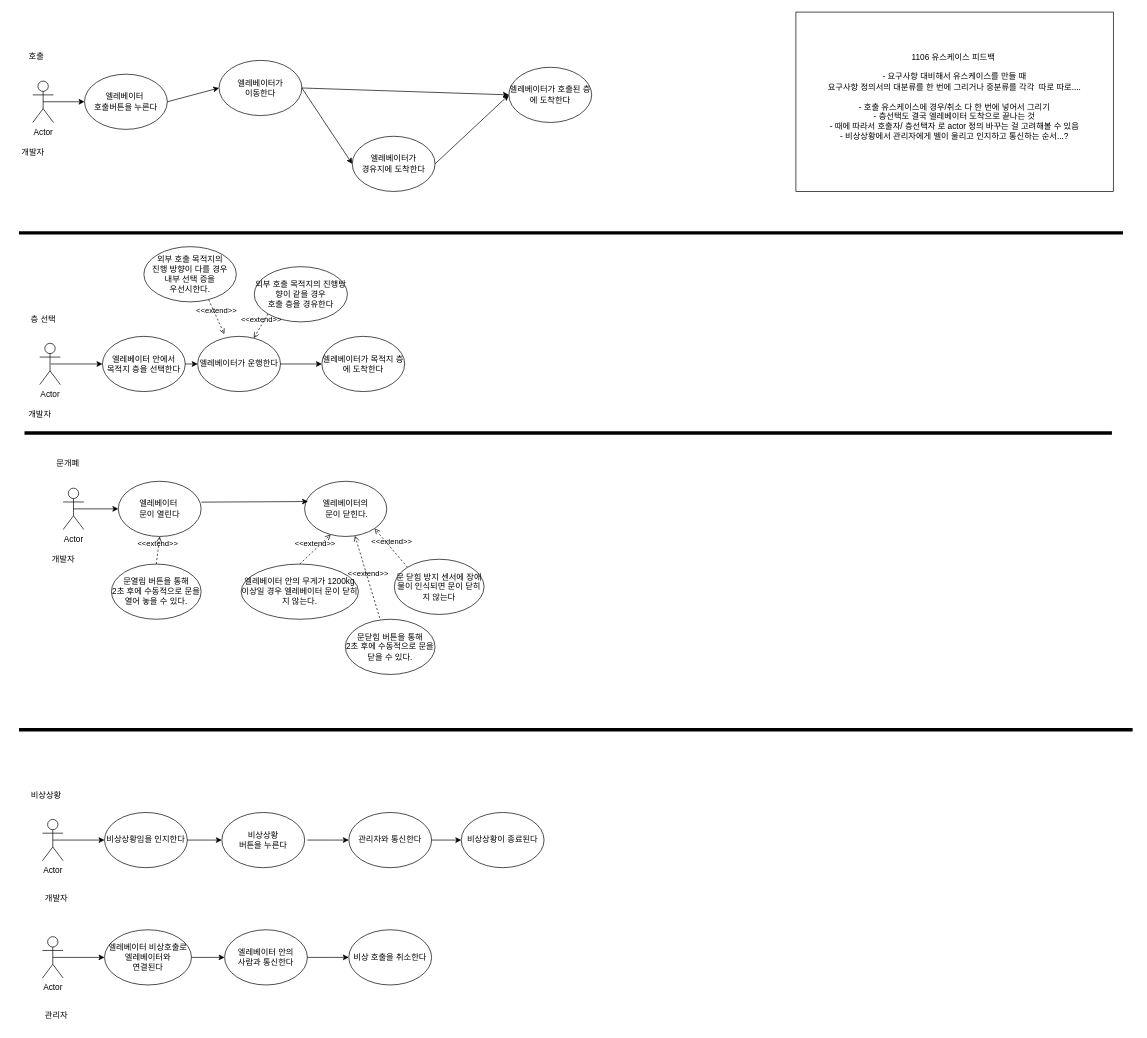
Before: page "페이지-3" (2 of 2) of 엘레베이터 유스케이스 그리기 (1102_2).drawio in doit0/usecase-diagram, a draw.io diagram. Source tidied: cells renumbered, new cells numbered last; positions are measured from the earlier drawing's top-left corner, leaving out a move shared by most shapes. Both pictures are drawn from the tidied source at 69%, with x=0, y=0 at pixel (12, 12).
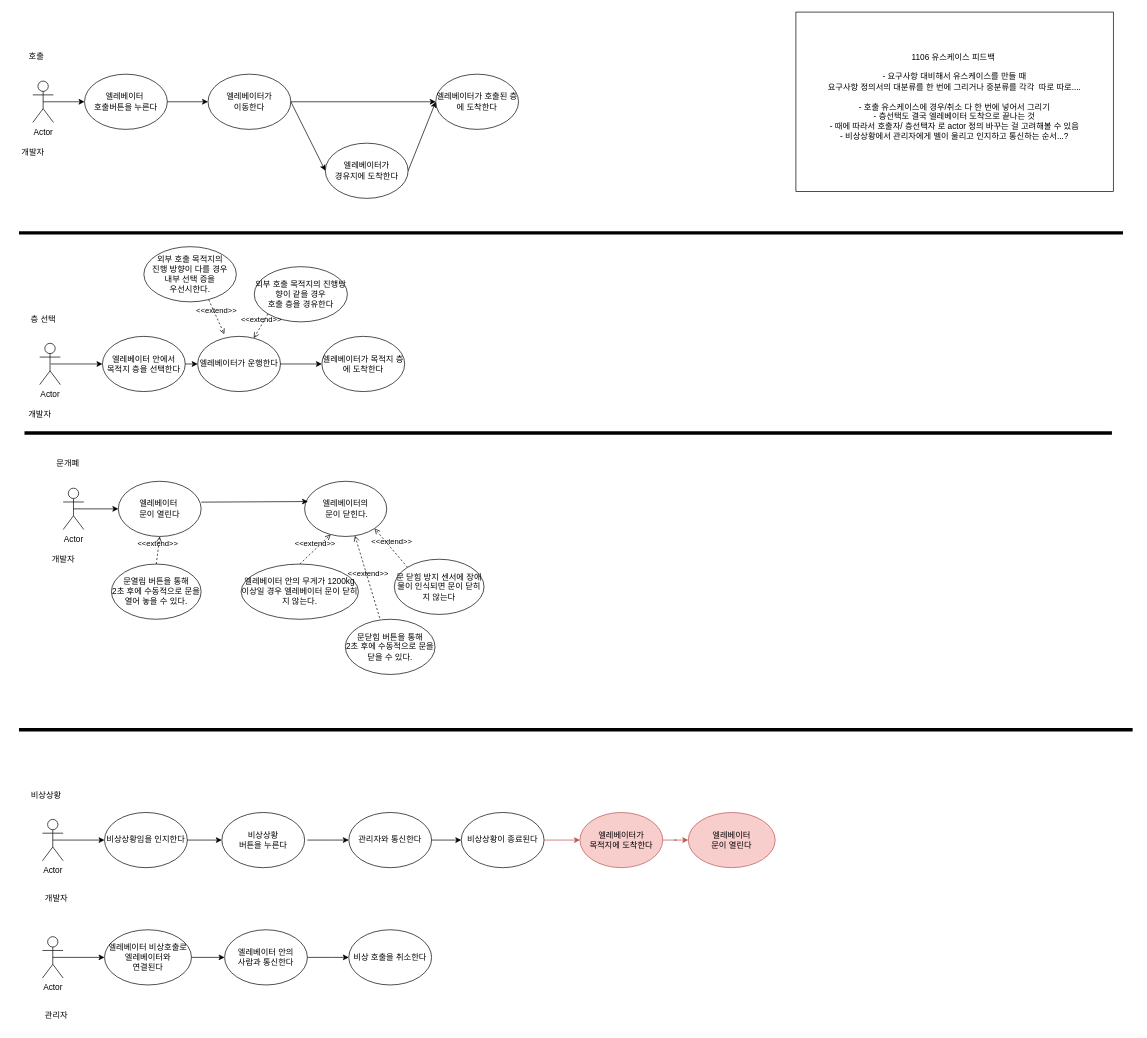
After the change.

The change refers to these unchanged cells:
```xml
<mxCell id="60" value="비상상황이 종료된다" style="ellipse;whiteSpace=wrap;html=1;" parent="1" vertex="1">
  <mxGeometry x="651" y="1160" width="120" height="80" as="geometry" />
</mxCell>
```

Change to the diagram source:
```diff
@@
     <mxCell id="16" value="엘레베이터가 &lt;br&gt;이동한다" style="ellipse;whiteSpace=wrap;html=1;fontStyle=0;" parent="1" vertex="1">
-      <mxGeometry x="300" y="70" width="120" height="80" as="geometry" />
+      <mxGeometry x="284" y="90" width="120" height="80" as="geometry" />
     </mxCell>
@@
     <mxCell id="18" value="엘레베이터가 호출된 층에 도착한다" style="ellipse;whiteSpace=wrap;html=1;" parent="1" vertex="1">
-      <mxGeometry x="720" y="80" width="120" height="80" as="geometry" />
+      <mxGeometry x="614" y="90" width="120" height="80" as="geometry" />
     </mxCell>
@@
     <mxCell id="61" value="엘레베이터가&lt;br&gt;경유지에 도착한다" style="ellipse;whiteSpace=wrap;html=1;" parent="1" vertex="1">
-      <mxGeometry x="493" y="180" width="120" height="80" as="geometry" />
+      <mxGeometry x="454" y="190" width="120" height="80" as="geometry" />
     </mxCell>
@@
+    <mxCell id="65" style="edgeStyle=orthogonalEdgeStyle;rounded=0;jettySize=auto;html=1;exitX=1;exitY=0.5;exitDx=0;exitDy=0;fillColor=#f8cecc;strokeColor=#b85450;" parent="1" edge="1" source="60" target="66">
+      <mxGeometry relative="1" as="geometry" />
+    </mxCell>
+    <mxCell id="66" value="엘레베이터가&lt;br&gt;목적지에 도착한다" style="ellipse;whiteSpace=wrap;html=1;fillColor=#f8cecc;strokeColor=#b85450;" parent="1" vertex="1">
+      <mxGeometry x="823" y="1160" width="120" height="80" as="geometry" />
+    </mxCell>
+    <mxCell id="67" style="edgeStyle=orthogonalEdgeStyle;rounded=0;jettySize=auto;html=1;exitX=1;exitY=0.5;exitDx=0;exitDy=0;fillColor=#f8cecc;strokeColor=#b85450;" parent="1" edge="1" source="66" target="68">
+      <mxGeometry relative="1" as="geometry" />
+    </mxCell>
+    <mxCell id="68" value="엘레베이터 &lt;br&gt;문이 열린다" style="ellipse;whiteSpace=wrap;html=1;fillColor=#f8cecc;strokeColor=#b85450;" parent="1" vertex="1">
+      <mxGeometry x="980" y="1160" width="126" height="80" as="geometry" />
+    </mxCell>
```
